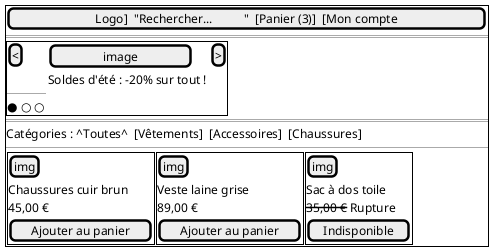
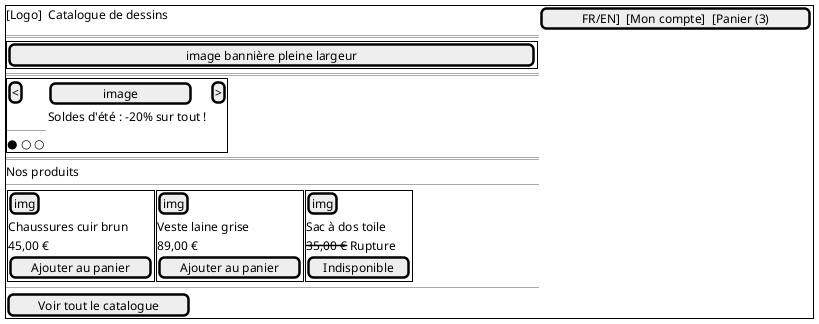
@startuml ihm-pa-accueil
' Composant PA : Portail Acheteur
- ' Fonctions allouées : FS-V11 (affichage carrousel annonces défilantes)
+ ' Fonctions allouées : FS-V11 (carrousel annonces), FS-V16 (bannière hero configurable)
salt
{+
-   [Logo]  "Rechercher...          "  [Panier (3)]  [Mon compte]
+   ' ── Header ──────────────────────────────────────────
+   [Logo]  Catalogue de dessins  |  [FR/EN]  [Mon compte]  [Panier (3)]
  ==
+   ' ── Bannière hero (image configurable, FS-V16) ──────
  {+
-     ' Carrousel d'annonces — une annonce visible à la fois
-     ' Le bloc entier est cliquable si un lien est associé
+     [                  image bannière pleine largeur                  ]
+   }
+   ==
+   ' ── Carrousel d'annonces (FS-V11) ───────────────────
+   {+
    [<]  |  {
             [      image      ]
             Soldes d'été : -20% sur tout !
           }  |  [>]
    --
    ● ○ ○
  }
  ==
-   Catégories : ^Toutes^  [Vêtements]  [Accessoires]  [Chaussures]
+   ' ── Extraits catalogue ───────────────────────────────
+   Nos produits
  --
  {
    {+
      [img]
      Chaussures cuir brun
      45,00 €
      [Ajouter au panier]
    }  |
    {+
      [img]
      Veste laine grise
      89,00 €
      [Ajouter au panier]
    }  |
    {+
      [img]
      Sac à dos toile
      <s>35,00 €</s> Rupture
      [Indisponible]
    }
  }
+   --
+   [Voir tout le catalogue]
}
@enduml
